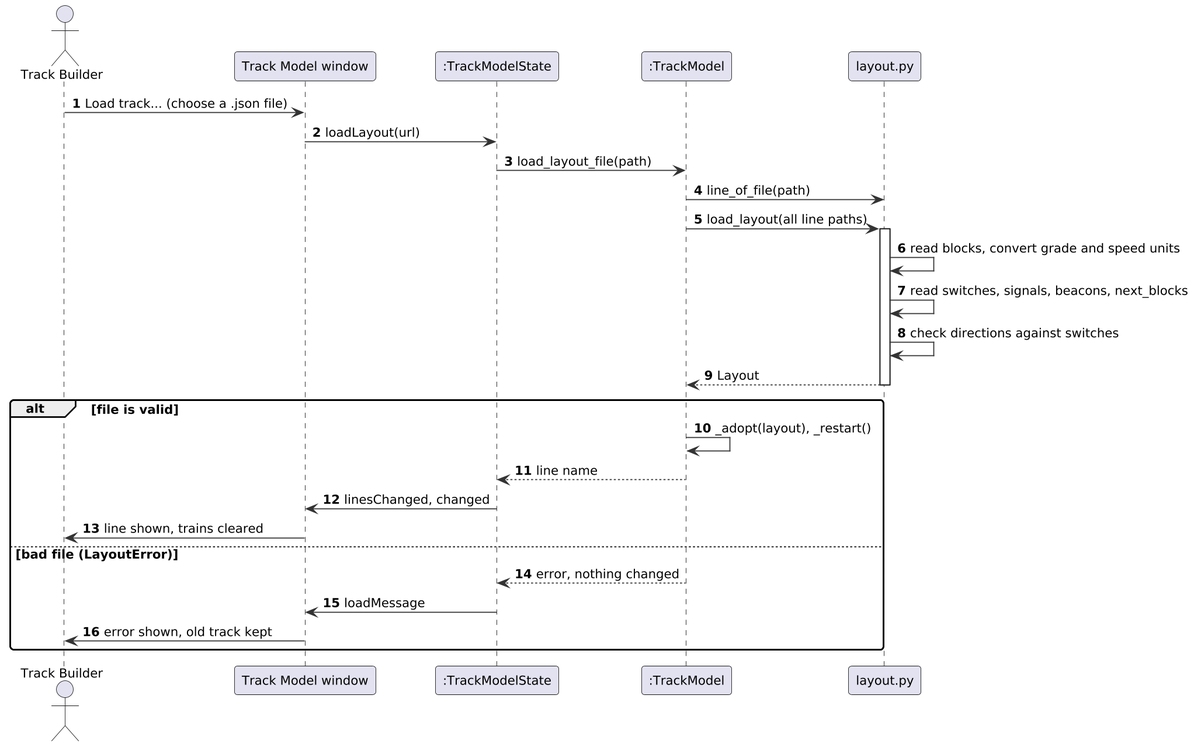
The PlantUML diagram documents/uml/track_model/sd01_load.png in Landiss04/Track-Overflow, before a commit. Source of this version:
```plantuml
@startuml
skinparam shadowing false
skinparam dpi 170
skinparam defaultFontName DejaVu Sans
skinparam defaultFontSize 12
skinparam roundCorner 6
skinparam ArrowColor #333333
skinparam BackgroundColor white
skinparam sequenceMessageAlign left
skinparam ParticipantPadding 20
autonumber
actor "Track Builder" as TB
participant "Track Model window" as W
participant ":TrackModelState" as S
participant ":TrackModel" as TM
participant "layout.py" as L
TB -> W : Load track... (choose a .json file)
W -> S : loadLayout(url)
S -> TM : load_layout_file(path)
TM -> L : line_of_file(path)
TM -> L : load_layout(all line paths)
activate L
L -> L : read blocks, convert grade and speed units
L -> L : read switches, signals, beacons, next_blocks
L -> L : check directions against switches
L --> TM : Layout
deactivate L
alt file is valid
  TM -> TM : _adopt(layout), _restart()
  TM --> S : line name
  S -> W : linesChanged, changed
  W -> TB : line shown, trains cleared
else bad file (LayoutError)
  TM --> S : error, nothing changed
  S -> W : loadMessage
  W -> TB : error shown, old track kept
end
@enduml
```
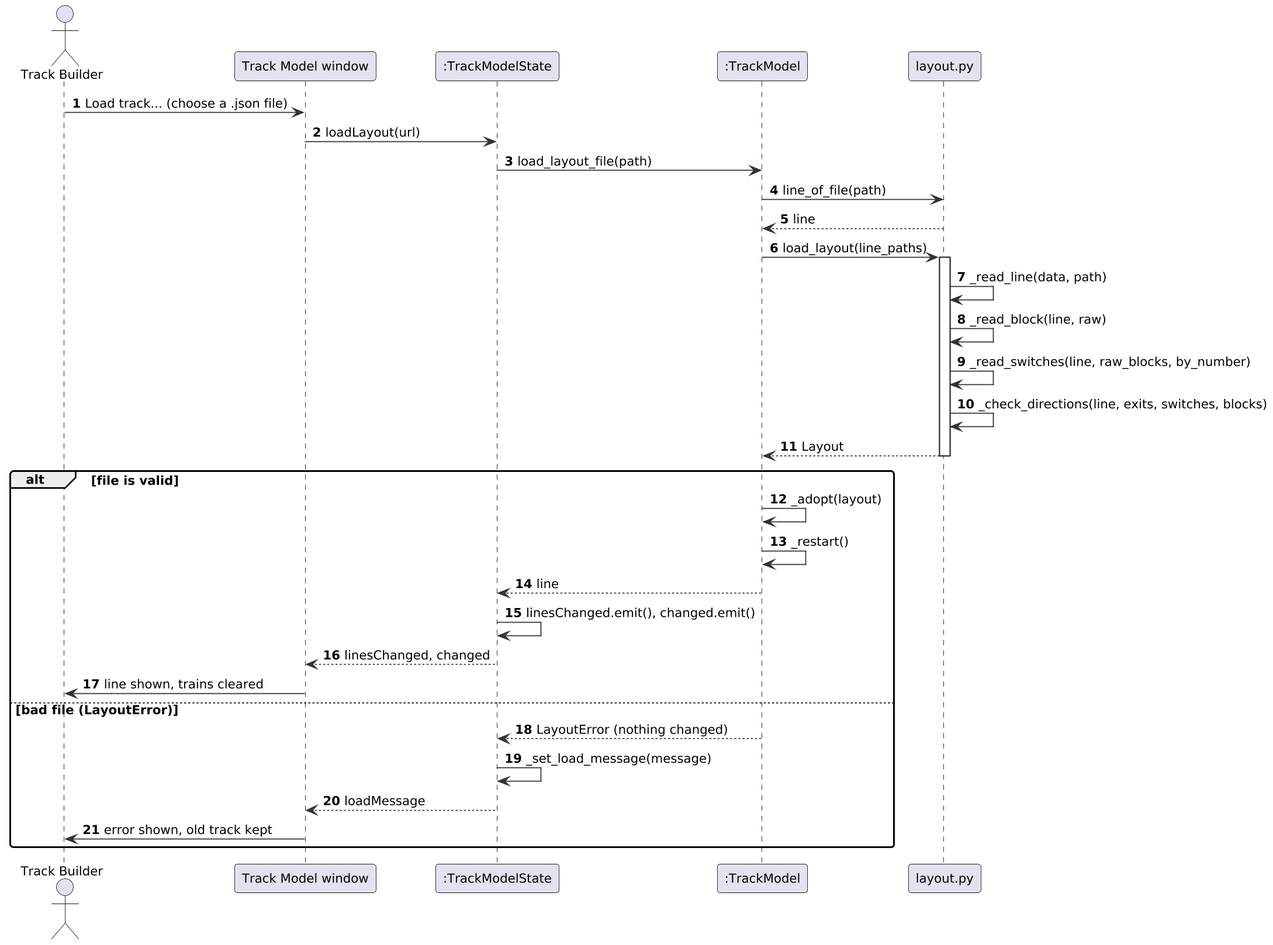
After the commit.

Change to the diagram source:
```diff
@@ -18,21 +18,26 @@
 W -> S : loadLayout(url)
 S -> TM : load_layout_file(path)
 TM -> L : line_of_file(path)
-TM -> L : load_layout(all line paths)
+L --> TM : line
+TM -> L : load_layout(line_paths)
 activate L
-L -> L : read blocks, convert grade and speed units
-L -> L : read switches, signals, beacons, next_blocks
-L -> L : check directions against switches
+L -> L : _read_line(data, path)
+L -> L : _read_block(line, raw)
+L -> L : _read_switches(line, raw_blocks, by_number)
+L -> L : _check_directions(line, exits, switches, blocks)
 L --> TM : Layout
 deactivate L
 alt file is valid
-  TM -> TM : _adopt(layout), _restart()
-  TM --> S : line name
-  S -> W : linesChanged, changed
+  TM -> TM : _adopt(layout)
+  TM -> TM : _restart()
+  TM --> S : line
+  S -> S : linesChanged.emit(), changed.emit()
+  S --> W : linesChanged, changed
   W -> TB : line shown, trains cleared
 else bad file (LayoutError)
-  TM --> S : error, nothing changed
-  S -> W : loadMessage
+  TM --> S : LayoutError (nothing changed)
+  S -> S : _set_load_message(message)
+  S --> W : loadMessage
   W -> TB : error shown, old track kept
 end
 @enduml
```
